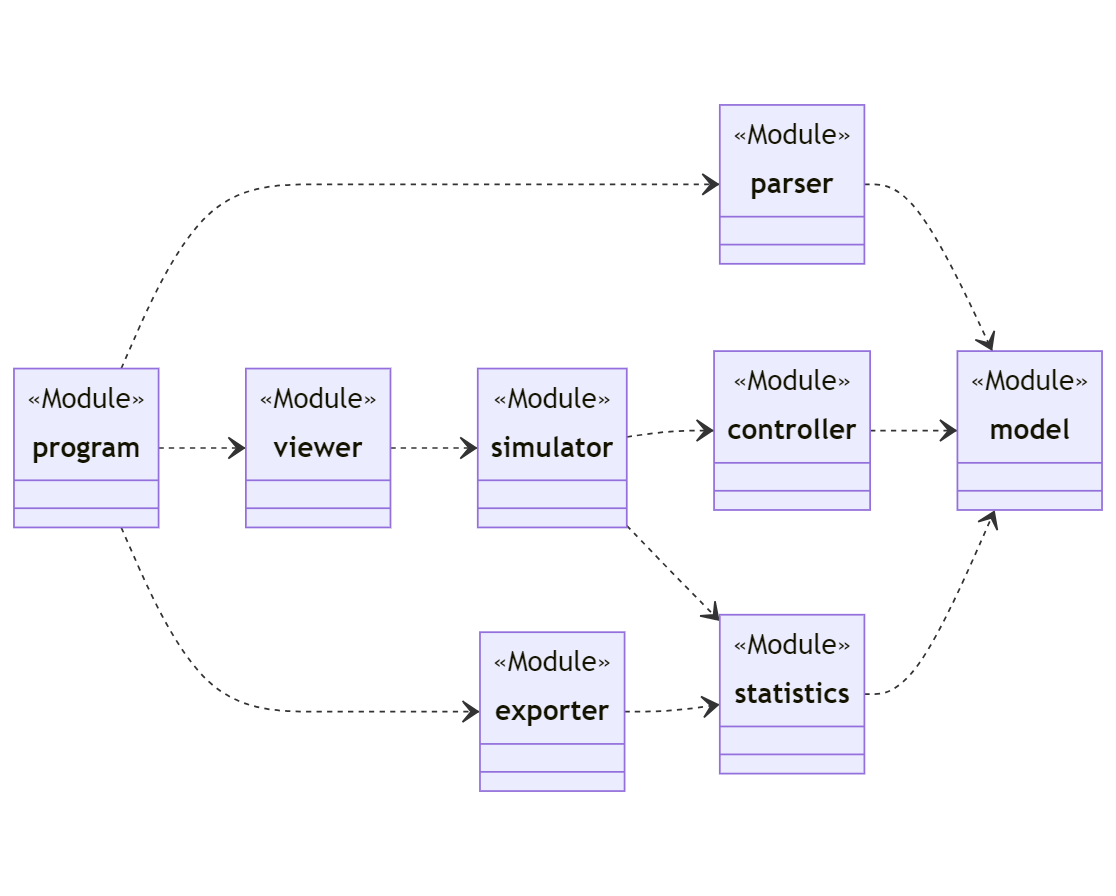
This is diagrams/architecture.png from ghackenberg/transport-ide, a Mermaid export, as it was before one commit. Its source is kept beside it as diagrams/architecture.mmd. Source of this version:
```mermaid
classDiagram
    class model
    class parser
    class controller
    class simulator
    class statistics
    class viewer
    class program
    class exporter

    <<Module>> model
    <<Module>> parser
    <<Module>> controller
    <<Module>> simulator
    <<Module>> statistics
    <<Module>> viewer
    <<Module>> program
    <<Module>> exporter

    parser ..> model
    controller ..> model
    statistics ..> model
    viewer ..> simulator
    simulator ..> controller
    simulator ..> statistics
    program ..> parser
    program ..> viewer
    program ..> exporter
    exporter ..> statistics
```
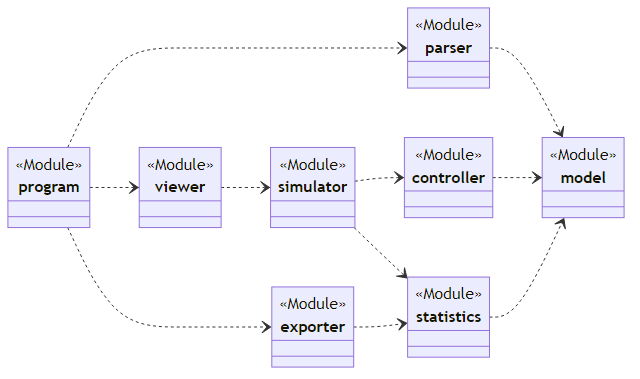
After the change.

What changed in the source:
```diff
@@ -1,4 +1,6 @@
 classDiagram
+    direction LR
+
     class model
     class parser
     class controller
```
